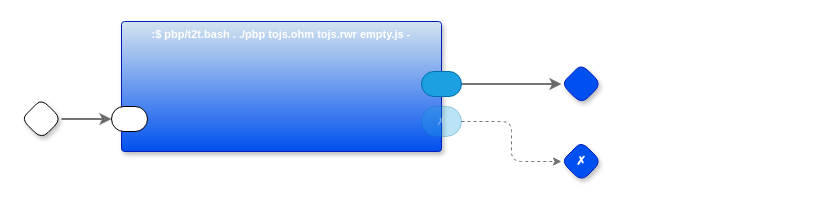
The draw.io diagram page "ToJS" (5 of 5) of p6.drawio in guitarvydas/p6, before the edit. Source tidied: cells renumbered, new cells numbered last; positions are measured from the earlier drawing's top-left corner, leaving out a move shared by most shapes. Both pictures are drawn from the tidied source at 100%, with x=0, y=0 at pixel (21, 21).
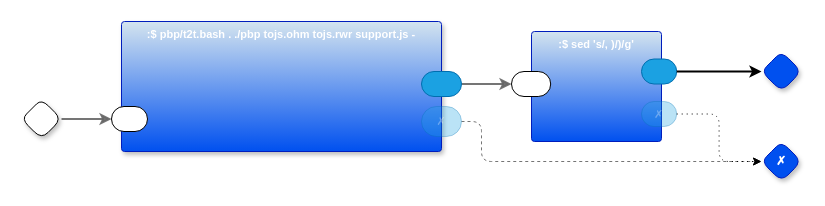
The same page after the edit.

Change to the diagram source:
```diff
@@
 <mxGraphModel>
   <root>
     <mxCell id="0" />
     <mxCell id="1" parent="0" />
     <mxCell id="2" style="edgeStyle=orthogonalEdgeStyle;shape=connector;rounded=1;jumpStyle=arc;jettySize=auto;html=1;exitX=1;exitY=0.5;exitDx=0;exitDy=0;exitPerimeter=0;entryX=0;entryY=0.5;entryDx=0;entryDy=0;entryPerimeter=0;labelBackgroundColor=default;strokeColor=#666666;strokeWidth=2;fontFamily=Helvetica;fontSize=11;fontColor=default;endArrow=classic;fillColor=#f5f5f5;opacity=90;" parent="1" edge="1" source="3" target="9">
       <mxGeometry relative="1" as="geometry" />
     </mxCell>
     <mxCell id="3" style="rhombus;whiteSpace=wrap;html=1;rounded=1;fontStyle=1;glass=0;sketch=0;fontSize=12;points=[[0,0.5,0,0,0],[0.5,0,0,0,0],[0.5,1,0,0,0],[1,0.5,0,0,0]];shadow=1;fontFamily=Helvetica;fontColor=default;" parent="1" vertex="1">
       <mxGeometry y="77.5" width="40" height="40" as="geometry" />
     </mxCell>
     <mxCell id="4" style="rhombus;whiteSpace=wrap;html=1;rounded=1;fillColor=#0050ef;fontColor=#ffffff;strokeColor=#001DBC;fontStyle=1;glass=0;sketch=0;fontSize=12;points=[[0,0.5,0,0,0],[0.5,0,0,0,0],[0.5,1,0,0,0],[1,0.5,0,0,0]];shadow=1;fontFamily=Helvetica;" parent="1" vertex="1">
-      <mxGeometry x="540" y="42.5" width="40" height="40" as="geometry" />
+      <mxGeometry x="740" y="30" width="40" height="40" as="geometry" />
     </mxCell>
-    <mxCell id="5" style="edgeStyle=orthogonalEdgeStyle;shape=connector;rounded=1;jumpStyle=arc;jettySize=auto;html=1;exitX=1;exitY=0.5;exitDx=0;exitDy=0;exitPerimeter=0;entryX=0;entryY=0.5;entryDx=0;entryDy=0;entryPerimeter=0;labelBackgroundColor=default;strokeColor=#666666;strokeWidth=2;fontFamily=Helvetica;fontSize=11;fontColor=default;endArrow=classic;fillColor=#f5f5f5;opacity=90;" parent="1" edge="1" source="10" target="4">
+    <mxCell id="5" style="edgeStyle=orthogonalEdgeStyle;shape=connector;rounded=1;jumpStyle=arc;jettySize=auto;html=1;exitX=1;exitY=0.5;exitDx=0;exitDy=0;exitPerimeter=0;entryX=0;entryY=0.5;entryDx=0;entryDy=0;entryPerimeter=0;labelBackgroundColor=default;strokeColor=#666666;strokeWidth=2;fontFamily=Helvetica;fontSize=11;fontColor=default;endArrow=classic;fillColor=#f5f5f5;opacity=90;" parent="1" edge="1" source="10" target="15">
       <mxGeometry relative="1" as="geometry" />
     </mxCell>
     <mxCell id="6" value="✗" style="rhombus;whiteSpace=wrap;html=1;rounded=1;fillColor=#0050ef;fontColor=#ffffff;strokeColor=#001DBC;fontStyle=1;glass=0;sketch=0;fontSize=12;points=[[0,0.5,0,0,0],[0.5,0,0,0,0],[0.5,1,0,0,0],[1,0.5,0,0,0]];shadow=1;fontFamily=Helvetica;" parent="1" vertex="1">
-      <mxGeometry x="540" y="120" width="40" height="40" as="geometry" />
+      <mxGeometry x="740" y="120" width="40" height="40" as="geometry" />
     </mxCell>
     <mxCell id="7" style="edgeStyle=orthogonalEdgeStyle;shape=connector;rounded=1;jumpStyle=arc;jettySize=auto;html=1;exitX=1;exitY=0.5;exitDx=0;exitDy=0;exitPerimeter=0;entryX=0;entryY=0.5;entryDx=0;entryDy=0;entryPerimeter=0;labelBackgroundColor=default;strokeColor=#666666;strokeWidth=1;fontFamily=Helvetica;fontSize=11;fontColor=default;endArrow=classic;fillColor=#f5f5f5;opacity=90;dashed=1;" parent="1" edge="1" source="11" target="6">
-      <mxGeometry relative="1" as="geometry" />
+      <mxGeometry relative="1" as="geometry">
+        <Array as="points">
+          <mxPoint x="460" y="100" />
+          <mxPoint x="460" y="140" />
+        </Array>
+      </mxGeometry>
     </mxCell>
-    <mxCell id="8" value=":$ pbp/t2t.bash . ./pbp tojs.ohm tojs.rwr empty.js -" style="rounded=1;whiteSpace=wrap;html=1;sketch=0;verticalAlign=top;arcSize=6;fontStyle=1;absoluteArcSize=1;shadow=1;strokeColor=#001DBC;fillColor=#D4E4EF;fontColor=#ffffff;fontFamily=Helvetica;fontSize=11;gradientColor=#0050EF;" parent="1" vertex="1">
+    <mxCell id="8" value=":$ pbp/t2t.bash . ./pbp tojs.ohm tojs.rwr support.js -" style="rounded=1;whiteSpace=wrap;html=1;sketch=0;verticalAlign=top;arcSize=6;fontStyle=1;absoluteArcSize=1;shadow=1;strokeColor=#001DBC;fillColor=#D4E4EF;fontColor=#ffffff;fontFamily=Helvetica;fontSize=11;gradientColor=#0050EF;" parent="1" vertex="1">
       <mxGeometry x="100" width="320" height="130" as="geometry" />
     </mxCell>
     <mxCell id="9" style="rounded=1;whiteSpace=wrap;html=1;sketch=0;points=[[0,0.5,0,0,0],[1,0.5,0,0,0]];arcSize=50;fontFamily=Helvetica;fontSize=11;fontColor=default;" parent="8" vertex="1">
       <mxGeometry x="-10" y="85" width="36" height="25" as="geometry" />
     </mxCell>
     <mxCell id="10" style="rounded=1;whiteSpace=wrap;html=1;sketch=0;points=[[0,0.5,0,0,0],[1,0.5,0,0,0]];fillColor=#1ba1e2;fontColor=#ffffff;strokeColor=#006EAF;arcSize=50;fontFamily=Helvetica;fontSize=11;" parent="8" vertex="1">
       <mxGeometry x="300" y="50" width="40" height="25" as="geometry" />
     </mxCell>
     <mxCell id="11" value="✗" style="rounded=1;whiteSpace=wrap;html=1;sketch=0;points=[[0,0.5,0,0,0],[1,0.5,0,0,0]];fillColor=#1ba1e2;fontColor=#ffffff;strokeColor=#006EAF;arcSize=50;fontFamily=Helvetica;fontSize=11;opacity=30;textOpacity=30;" parent="8" vertex="1">
       <mxGeometry x="300" y="85" width="40" height="30" as="geometry" />
     </mxCell>
+    <mxCell id="12" value=":$ sed 's/, )/)/g'" style="rounded=1;whiteSpace=wrap;html=1;sketch=0;verticalAlign=top;arcSize=6;fontStyle=1;absoluteArcSize=1;shadow=0;strokeColor=#001DBC;fillColor=#D4E4EF;fontColor=#ffffff;fontFamily=Helvetica;fontSize=11;gradientColor=#0050EF;" parent="1" vertex="1">
+      <mxGeometry x="510" y="10" width="130" height="110" as="geometry" />
+    </mxCell>
+    <mxCell id="13" value="✗" style="rounded=1;whiteSpace=wrap;html=1;sketch=0;points=[[0,0.5,0,0,0],[1,0.5,0,0,0]];fillColor=#1ba1e2;fontColor=#ffffff;strokeColor=#006EAF;arcSize=50;fontFamily=Helvetica;fontSize=11;textOpacity=30;opacity=30;" parent="12" vertex="1">
+      <mxGeometry x="110" y="70" width="35.2" height="25" as="geometry" />
+    </mxCell>
+    <mxCell id="14" style="rounded=1;whiteSpace=wrap;html=1;sketch=0;points=[[0,0.5,0,0,0],[1,0.5,0,0,0]];fillColor=#1ba1e2;fontColor=#ffffff;strokeColor=#006EAF;arcSize=50;fontFamily=Helvetica;fontSize=11;" parent="12" vertex="1">
+      <mxGeometry x="110" y="27.5" width="35.2" height="25" as="geometry" />
+    </mxCell>
+    <mxCell id="15" style="rounded=1;whiteSpace=wrap;html=1;sketch=0;points=[[0,0.5,0,0,0],[1,0.5,0,0,0]];arcSize=50;fontFamily=Helvetica;fontSize=11;fontColor=default;" parent="12" vertex="1">
+      <mxGeometry x="-20" y="40" width="39.2" height="25" as="geometry" />
+    </mxCell>
+    <mxCell id="16" style="edgeStyle=orthogonalEdgeStyle;shape=connector;curved=0;rounded=1;jettySize=auto;html=1;exitX=1;exitY=0.5;exitDx=0;exitDy=0;exitPerimeter=0;entryX=0;entryY=0.5;entryDx=0;entryDy=0;entryPerimeter=0;strokeColor=default;strokeWidth=2;align=center;verticalAlign=middle;fontFamily=Helvetica;fontSize=11;fontColor=default;labelBackgroundColor=default;endArrow=classic;" parent="1" edge="1" source="14" target="4">
+      <mxGeometry relative="1" as="geometry" />
+    </mxCell>
+    <mxCell id="17" style="edgeStyle=orthogonalEdgeStyle;shape=connector;curved=0;rounded=1;jettySize=auto;html=1;exitX=1;exitY=0.5;exitDx=0;exitDy=0;exitPerimeter=0;entryX=0;entryY=0.5;entryDx=0;entryDy=0;entryPerimeter=0;strokeColor=default;strokeWidth=1;align=center;verticalAlign=middle;fontFamily=Helvetica;fontSize=11;fontColor=default;labelBackgroundColor=default;endArrow=classic;dashed=1;dashPattern=1 4;" parent="1" edge="1" source="13" target="6">
+      <mxGeometry relative="1" as="geometry" />
+    </mxCell>
   </root>
 </mxGraphModel>
```
